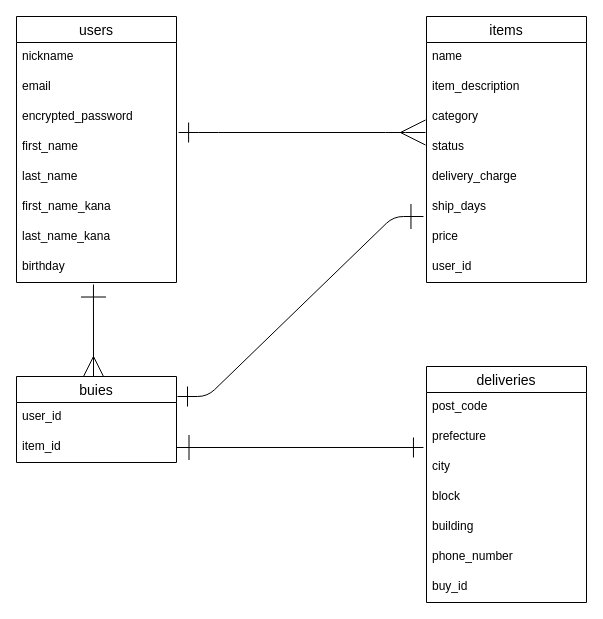
kumapagu/furima-37295 keeps this draw.io diagram as furima.dio. Above is the earlier version. Source tidied: cells renumbered, new cells numbered last; positions are measured from the earlier drawing's top-left corner, leaving out a move shared by most shapes. Both pictures are drawn from the tidied source at 100%, with x=0, y=0 at pixel (16, 16).
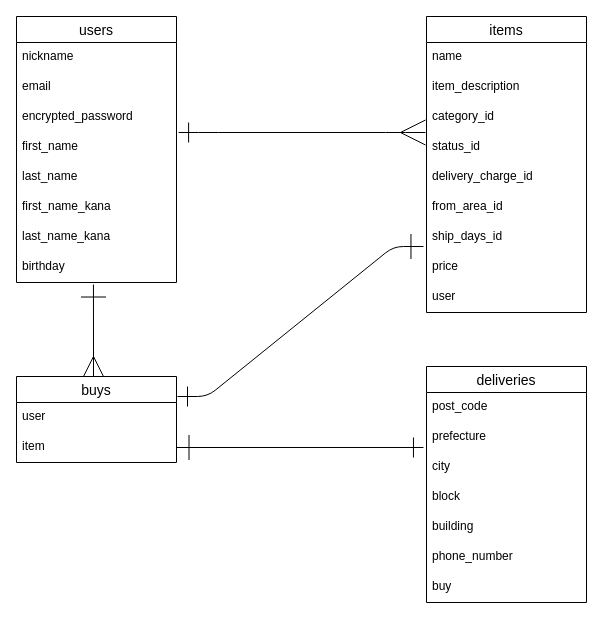
Above is the later version.

Unchanged cells that the change refers to:
```xml
<mxCell id="20" value="deliveries" style="swimlane;fontStyle=0;horizontal=1;startSize=26;align=center;fontSize=14;" parent="1" vertex="1">
  <mxGeometry x="410" y="350" width="160" height="236" as="geometry" />
</mxCell>
```

Diff of the diagram source:
```diff
@@
     <mxCell id="11" value="items" style="swimlane;fontStyle=0;horizontal=1;startSize=26;align=center;fontSize=14;" parent="1" vertex="1">
-      <mxGeometry x="410" width="160" height="266" as="geometry" />
+      <mxGeometry x="410" width="160" height="296" as="geometry" />
     </mxCell>
@@
-    <mxCell id="14" value="category" style="text;strokeColor=none;fillColor=none;spacingLeft=4;spacingRight=4;overflow=hidden;fontSize=12;" parent="11" vertex="1">
+    <mxCell id="14" value="category_id" style="text;strokeColor=none;fillColor=none;spacingLeft=4;spacingRight=4;overflow=hidden;fontSize=12;" parent="11" vertex="1">
       <mxGeometry y="86" width="160" height="30" as="geometry" />
     </mxCell>
-    <mxCell id="15" value="status" style="text;strokeColor=none;fillColor=none;spacingLeft=4;spacingRight=4;overflow=hidden;fontSize=12;" parent="11" vertex="1">
+    <mxCell id="15" value="status_id" style="text;strokeColor=none;fillColor=none;spacingLeft=4;spacingRight=4;overflow=hidden;fontSize=12;" parent="11" vertex="1">
       <mxGeometry y="116" width="160" height="30" as="geometry" />
     </mxCell>
-    <mxCell id="16" value="delivery_charge" style="text;strokeColor=none;fillColor=none;spacingLeft=4;spacingRight=4;overflow=hidden;fontSize=12;" parent="11" vertex="1">
+    <mxCell id="16" value="delivery_charge_id" style="text;strokeColor=none;fillColor=none;spacingLeft=4;spacingRight=4;overflow=hidden;fontSize=12;" parent="11" vertex="1">
       <mxGeometry y="146" width="160" height="30" as="geometry" />
     </mxCell>
+    <mxCell id="35" value="from_area_id" style="text;strokeColor=none;fillColor=none;spacingLeft=4;spacingRight=4;overflow=hidden;fontSize=12;" parent="11" vertex="1">
+      <mxGeometry y="176" width="160" height="30" as="geometry" />
+    </mxCell>
-    <mxCell id="17" value="ship_days" style="text;strokeColor=none;fillColor=none;spacingLeft=4;spacingRight=4;overflow=hidden;points=[[0,0.5],[1,0.5]];portConstraint=eastwest;fontSize=12;" parent="11" vertex="1">
-      <mxGeometry y="176" width="160" height="30" as="geometry" />
+    <mxCell id="17" value="ship_days_id" style="text;strokeColor=none;fillColor=none;spacingLeft=4;spacingRight=4;overflow=hidden;points=[[0,0.5],[1,0.5]];portConstraint=eastwest;fontSize=12;" parent="11" vertex="1">
+      <mxGeometry y="206" width="160" height="30" as="geometry" />
     </mxCell>
     <mxCell id="18" value="price" style="text;strokeColor=none;fillColor=none;spacingLeft=4;spacingRight=4;overflow=hidden;fontSize=12;" parent="11" vertex="1">
-      <mxGeometry y="206" width="160" height="30" as="geometry" />
+      <mxGeometry y="236" width="160" height="30" as="geometry" />
     </mxCell>
-    <mxCell id="19" value="user_id" style="text;strokeColor=none;fillColor=none;spacingLeft=4;spacingRight=4;overflow=hidden;fontSize=12;" parent="11" vertex="1">
-      <mxGeometry y="236" width="160" height="30" as="geometry" />
+    <mxCell id="19" value="user" style="text;strokeColor=none;fillColor=none;spacingLeft=4;spacingRight=4;overflow=hidden;fontSize=12;" parent="11" vertex="1">
+      <mxGeometry y="266" width="160" height="30" as="geometry" />
     </mxCell>
@@
-    <mxCell id="27" value="buy_id" style="text;strokeColor=none;fillColor=none;spacingLeft=4;spacingRight=4;overflow=hidden;fontSize=12;" parent="20" vertex="1">
+    <mxCell id="27" value="buy" style="text;strokeColor=none;fillColor=none;spacingLeft=4;spacingRight=4;overflow=hidden;fontSize=12;" parent="20" vertex="1">
       <mxGeometry y="206" width="160" height="30" as="geometry" />
     </mxCell>
-    <mxCell id="28" value="buies" style="swimlane;fontStyle=0;horizontal=1;startSize=26;align=center;fontSize=14;" parent="1" vertex="1">
+    <mxCell id="28" value="buys" style="swimlane;fontStyle=0;horizontal=1;startSize=26;align=center;fontSize=14;" parent="1" vertex="1">
       <mxGeometry y="360" width="160" height="86" as="geometry" />
     </mxCell>
-    <mxCell id="29" value="user_id" style="text;strokeColor=none;fillColor=none;spacingLeft=4;spacingRight=4;overflow=hidden;fontSize=12;" parent="28" vertex="1">
+    <mxCell id="29" value="user" style="text;strokeColor=none;fillColor=none;spacingLeft=4;spacingRight=4;overflow=hidden;fontSize=12;" parent="28" vertex="1">
       <mxGeometry y="26" width="160" height="30" as="geometry" />
     </mxCell>
-    <mxCell id="30" value="item_id" style="text;strokeColor=none;fillColor=none;spacingLeft=4;spacingRight=4;overflow=hidden;points=[[0,0.5],[1,0.5]];portConstraint=eastwest;fontSize=12;" parent="28" vertex="1">
+    <mxCell id="30" value="item" style="text;strokeColor=none;fillColor=none;spacingLeft=4;spacingRight=4;overflow=hidden;points=[[0,0.5],[1,0.5]];portConstraint=eastwest;fontSize=12;" parent="28" vertex="1">
       <mxGeometry y="56" width="160" height="30" as="geometry" />
     </mxCell>
```
